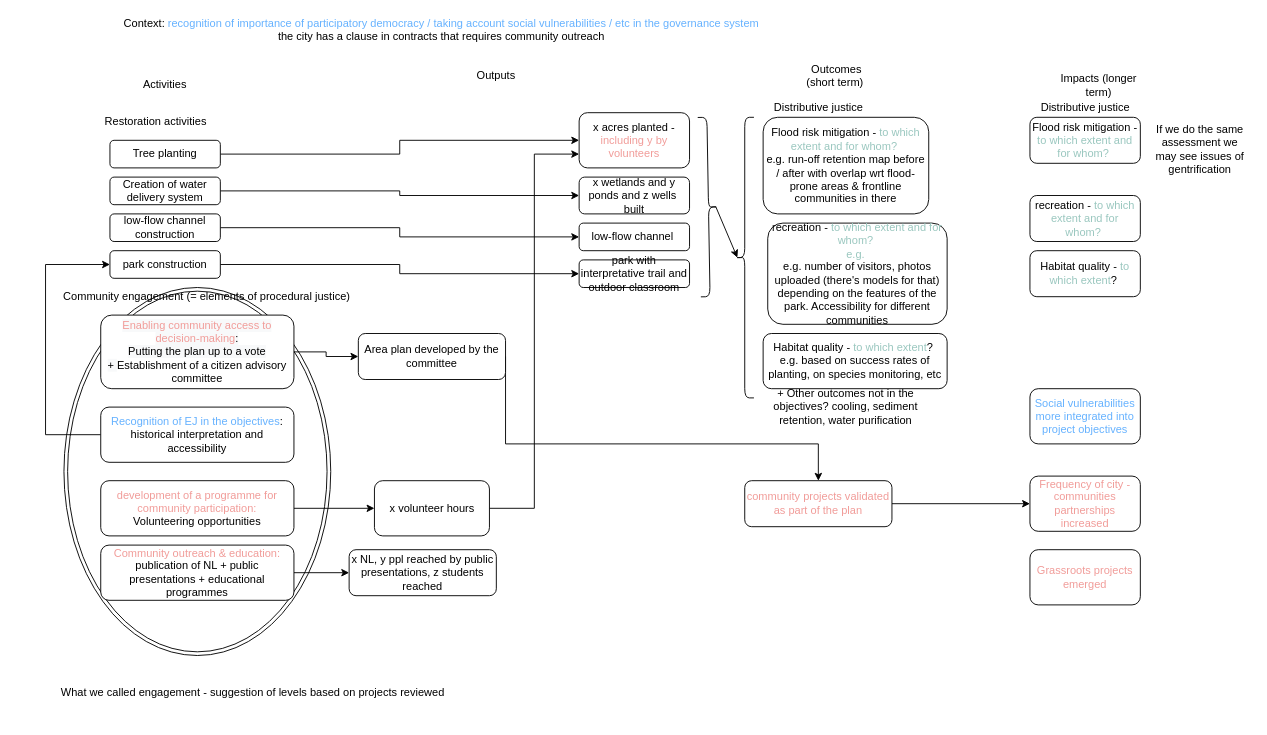
Before: TentativeEJframework.drawio in nadasaidi/automatic-funicular, a draw.io diagram. Source tidied: cells renumbered, new cells numbered last; positions are measured from the earlier drawing's top-left corner, leaving out a move shared by most shapes. Both pictures are drawn from the tidied source at 92%, with x=0, y=0 at pixel (45, 16).
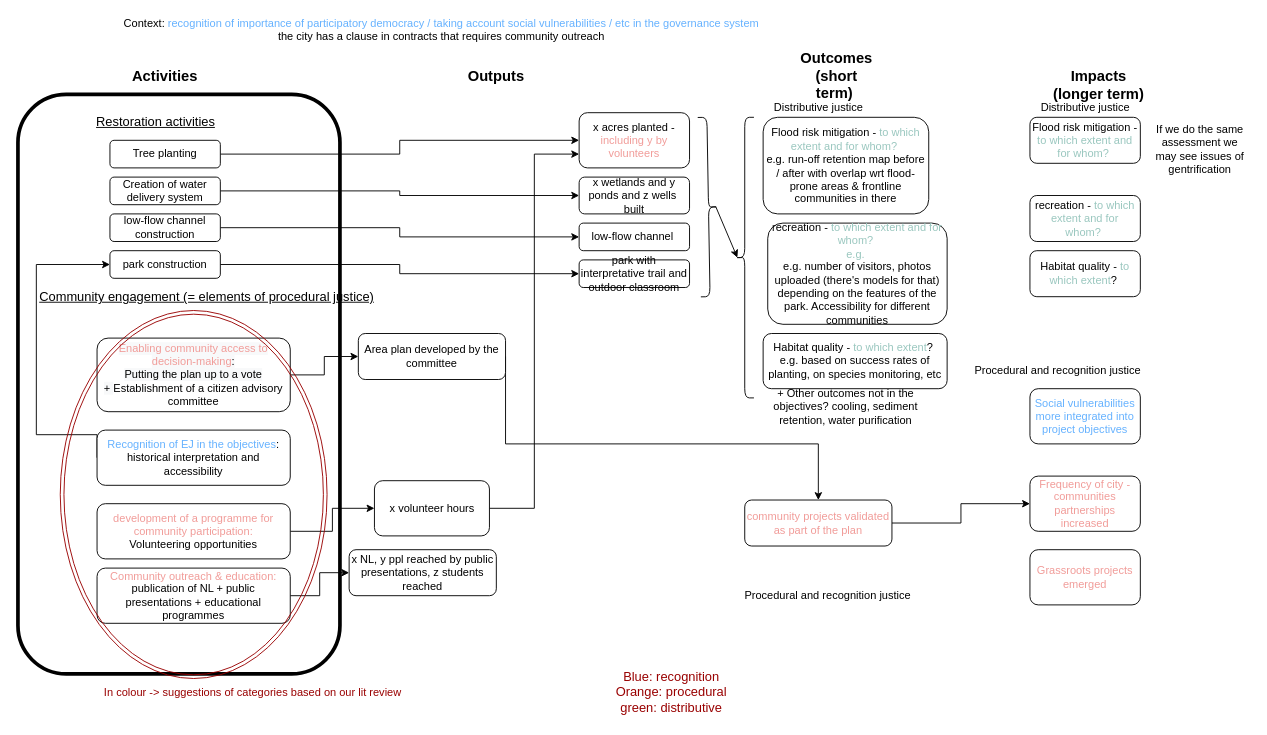
Above is the later version.

The change refers to these unchanged cells:
```xml
<mxCell id="12" value="park construction" style="rounded=1;whiteSpace=wrap;html=1;" parent="1" vertex="1">
  <mxGeometry x="70" y="255" width="120" height="30" as="geometry" />
</mxCell>
```

Diff of the diagram source:
```diff
@@
-    <mxCell id="2" style="ellipse;shape=doubleEllipse;whiteSpace=wrap;html=1;strokeColor=#000000;fillColor=none;" parent="1" vertex="1">
-      <mxGeometry x="20" y="295" width="290" height="400" as="geometry" />
-    </mxCell>
+    <mxCell id="54" style="rounded=1;whiteSpace=wrap;html=1;fontSize=16;fillColor=none;strokeWidth=4;" parent="1" vertex="1">
+      <mxGeometry x="-30" y="85" width="350" height="630" as="geometry" />
+    </mxCell>
-    <mxCell id="3" value="Activities" style="text;html=1;strokeColor=none;fillColor=none;align=center;verticalAlign=middle;whiteSpace=wrap;rounded=0;" parent="1" vertex="1">
-      <mxGeometry x="110" y="65" width="40" height="20" as="geometry" />
+    <mxCell id="3" value="Activities" style="text;html=1;strokeColor=none;fillColor=none;align=center;verticalAlign=middle;whiteSpace=wrap;rounded=0;fontSize=16;fontStyle=1;" parent="1" vertex="1">
+      <mxGeometry x="110" y="55" width="40" height="20" as="geometry" />
     </mxCell>
@@
-    <mxCell id="6" value="Restoration activities" style="text;html=1;strokeColor=none;fillColor=none;align=center;verticalAlign=middle;whiteSpace=wrap;rounded=0;" parent="1" vertex="1">
+    <mxCell id="6" value="&lt;font style=&quot;font-size: 14px&quot;&gt;&lt;u&gt;Restoration activities&lt;/u&gt;&lt;/font&gt;" style="text;html=1;strokeColor=none;fillColor=none;align=center;verticalAlign=middle;whiteSpace=wrap;rounded=0;" parent="1" vertex="1">
       <mxGeometry x="50" y="105" width="140" height="20" as="geometry" />
     </mxCell>
@@
-    <mxCell id="13" value="Community engagement (= elements of procedural justice)" style="text;html=1;align=center;verticalAlign=middle;" parent="1" vertex="1">
-      <mxGeometry x="10" y="295" width="330" height="20" as="geometry" />
+    <mxCell id="13" value="Community engagement (= elements of procedural justice)" style="text;html=1;align=center;verticalAlign=middle;fontSize=14;fontStyle=4;" parent="1" vertex="1">
+      <mxGeometry x="-15" y="295" width="380" height="20" as="geometry" />
     </mxCell>
@@
     <mxCell id="15" value="&lt;span style=&quot;font-family: &amp;#34;helvetica&amp;#34; ; font-size: 12px ; font-style: normal ; font-weight: 400 ; letter-spacing: normal ; text-align: center ; text-indent: 0px ; text-transform: none ; word-spacing: 0px ; background-color: rgb(248 , 249 , 250) ; display: inline ; float: none&quot;&gt;&lt;font color=&quot;#f19c99&quot;&gt;Enabling community access to decision-making&lt;/font&gt;&lt;/span&gt;&lt;span style=&quot;color: rgb(0 , 0 , 0) ; font-family: &amp;#34;helvetica&amp;#34; ; font-size: 12px ; font-style: normal ; font-weight: 400 ; letter-spacing: normal ; text-align: center ; text-indent: 0px ; text-transform: none ; word-spacing: 0px ; background-color: rgb(248 , 249 , 250) ; display: inline ; float: none&quot;&gt;: &lt;br&gt;Putting the plan up to a vote +&amp;nbsp;&lt;/span&gt;Establishment of a citizen advisory committee" style="rounded=1;whiteSpace=wrap;html=1;" parent="1" vertex="1">
-      <mxGeometry x="60" y="325" width="210" height="80" as="geometry" />
+      <mxGeometry x="56" y="350" width="210" height="80" as="geometry" />
     </mxCell>
     <mxCell id="16" style="edgeStyle=orthogonalEdgeStyle;rounded=0;jettySize=auto;html=1;exitX=0;exitY=0.5;exitDx=0;exitDy=0;entryX=0;entryY=0.5;entryDx=0;entryDy=0;" parent="1" edge="1" source="17" target="12">
       <mxGeometry relative="1" as="geometry">
         <Array as="points">
-          <mxPoint y="455" />
-          <mxPoint y="270" />
+          <mxPoint x="56" y="455" />
+          <mxPoint x="-10" y="455" />
+          <mxPoint x="-10" y="270" />
         </Array>
       </mxGeometry>
     </mxCell>
     <mxCell id="17" value="&lt;font color=&quot;#66b2ff&quot;&gt;Recognition of EJ in the objectives&lt;/font&gt;: historical interpretation and accessibility" style="rounded=1;whiteSpace=wrap;html=1;" parent="1" vertex="1">
-      <mxGeometry x="60" y="425" width="210" height="60" as="geometry" />
+      <mxGeometry x="56" y="450" width="210" height="60" as="geometry" />
     </mxCell>
@@
     <mxCell id="19" value="&lt;font color=&quot;#f19c99&quot;&gt;development of a programme for community participation:&lt;/font&gt;&lt;br&gt;Volunteering opportunities" style="rounded=1;whiteSpace=wrap;html=1;" parent="1" vertex="1">
-      <mxGeometry x="60" y="505" width="210" height="60" as="geometry" />
+      <mxGeometry x="56" y="530" width="210" height="60" as="geometry" />
     </mxCell>
@@
     <mxCell id="21" value="&lt;font color=&quot;#f19c99&quot;&gt;Community outreach &amp;amp; education:&lt;/font&gt;&lt;br&gt;publication of NL + public presentations + educational programmes" style="rounded=1;whiteSpace=wrap;html=1;" parent="1" vertex="1">
-      <mxGeometry x="60" y="575" width="210" height="60" as="geometry" />
+      <mxGeometry x="56" y="600" width="210" height="60" as="geometry" />
     </mxCell>
-    <mxCell id="22" value="Outputs" style="text;html=1;strokeColor=none;fillColor=none;align=center;verticalAlign=middle;whiteSpace=wrap;rounded=0;" parent="1" vertex="1">
+    <mxCell id="22" value="Outputs" style="text;html=1;strokeColor=none;fillColor=none;align=center;verticalAlign=middle;whiteSpace=wrap;rounded=0;fontSize=16;fontStyle=1;" parent="1" vertex="1">
       <mxGeometry x="470" y="55" width="40" height="20" as="geometry" />
     </mxCell>
@@
-    <mxCell id="32" value="Outcomes (short term)&amp;nbsp;" style="text;html=1;strokeColor=none;fillColor=none;align=center;verticalAlign=middle;whiteSpace=wrap;rounded=0;" parent="1" vertex="1">
+    <mxCell id="32" value="Outcomes (short term)&amp;nbsp;" style="text;html=1;strokeColor=none;fillColor=none;align=center;verticalAlign=middle;whiteSpace=wrap;rounded=0;fontSize=16;fontStyle=1;" parent="1" vertex="1">
       <mxGeometry x="820" y="55" width="80" height="20" as="geometry" />
     </mxCell>
@@
     <mxCell id="35" value="&lt;font color=&quot;#f19c99&quot;&gt;community projects validated as part of the plan&lt;/font&gt;" style="rounded=1;whiteSpace=wrap;html=1;" parent="1" vertex="1">
-      <mxGeometry x="760" y="505" width="160" height="50" as="geometry" />
+      <mxGeometry x="760" y="526" width="160" height="50" as="geometry" />
     </mxCell>
@@
-    <mxCell id="39" value="Impacts (longer term)" style="text;html=1;strokeColor=none;fillColor=none;align=center;verticalAlign=middle;whiteSpace=wrap;rounded=0;" parent="1" vertex="1">
+    <mxCell id="39" value="Impacts (longer term)" style="text;html=1;strokeColor=none;fillColor=none;align=center;verticalAlign=middle;whiteSpace=wrap;rounded=0;fontSize=16;fontStyle=1;" parent="1" vertex="1">
       <mxGeometry x="1090" y="65" width="110" height="20" as="geometry" />
     </mxCell>
@@
-    <mxCell id="51" value="What we called engagement - suggestion of levels based on projects reviewed" style="text;html=1;align=center;verticalAlign=middle;" parent="1" vertex="1">
-      <mxGeometry x="10" y="725" width="430" height="20" as="geometry" />
+    <mxCell id="51" value="In colour -&amp;gt; suggestions of categories based on our lit review" style="text;html=1;align=center;verticalAlign=middle;fontColor=#990000;" parent="1" vertex="1">
+      <mxGeometry x="55" y="725" width="340" height="20" as="geometry" />
     </mxCell>
@@
+    <mxCell id="55" value="Procedural and recognition justice" style="text;html=1;align=center;verticalAlign=middle;" parent="1" vertex="1">
+      <mxGeometry x="1000" y="375" width="200" height="20" as="geometry" />
+    </mxCell>
+    <mxCell id="56" value="Procedural and recognition justice" style="text;html=1;align=center;verticalAlign=middle;" parent="1" vertex="1">
+      <mxGeometry x="750" y="620" width="200" height="20" as="geometry" />
+    </mxCell>
+    <mxCell id="2" style="ellipse;shape=doubleEllipse;whiteSpace=wrap;html=1;fillColor=none;fontColor=#990000;strokeColor=#990000;" parent="1" vertex="1">
+      <mxGeometry x="16" y="320" width="290" height="400" as="geometry" />
+    </mxCell>
+    <mxCell id="57" value="&lt;div&gt;Blue: recognition&lt;/div&gt;&lt;div&gt;Orange: procedural&lt;/div&gt;&lt;div&gt;green: distributive&lt;br&gt;&lt;/div&gt;" style="text;html=1;align=center;verticalAlign=middle;fontSize=14;fontColor=#990000;" parent="1" vertex="1">
+      <mxGeometry x="610" y="705" width="140" height="60" as="geometry" />
+    </mxCell>
```
